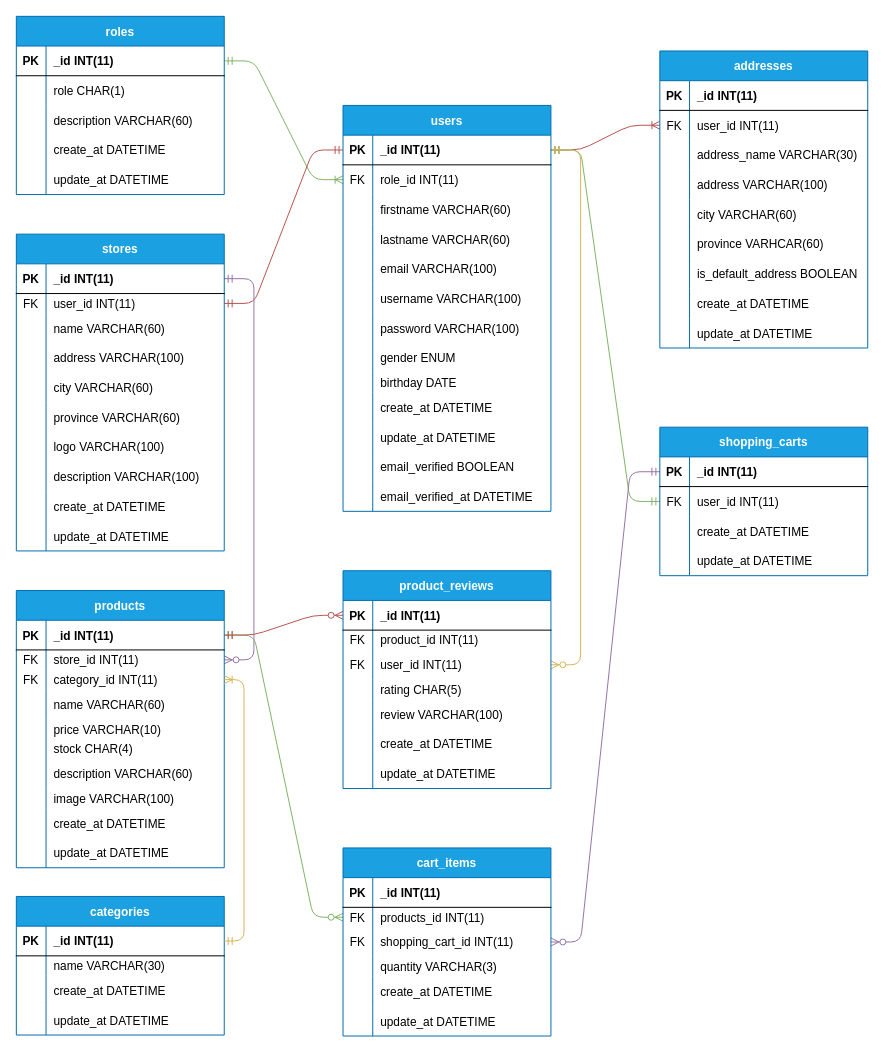
Earlier version of the draw.io diagram Untitled Diagram.drawio (aldhyx/db-design-jejaklangkah). Source tidied: cells renumbered, new cells numbered last; positions are measured from the earlier drawing's top-left corner, leaving out a move shared by most shapes. Both pictures are drawn from the tidied source at 99%, with x=0, y=0 at pixel (16, 16).
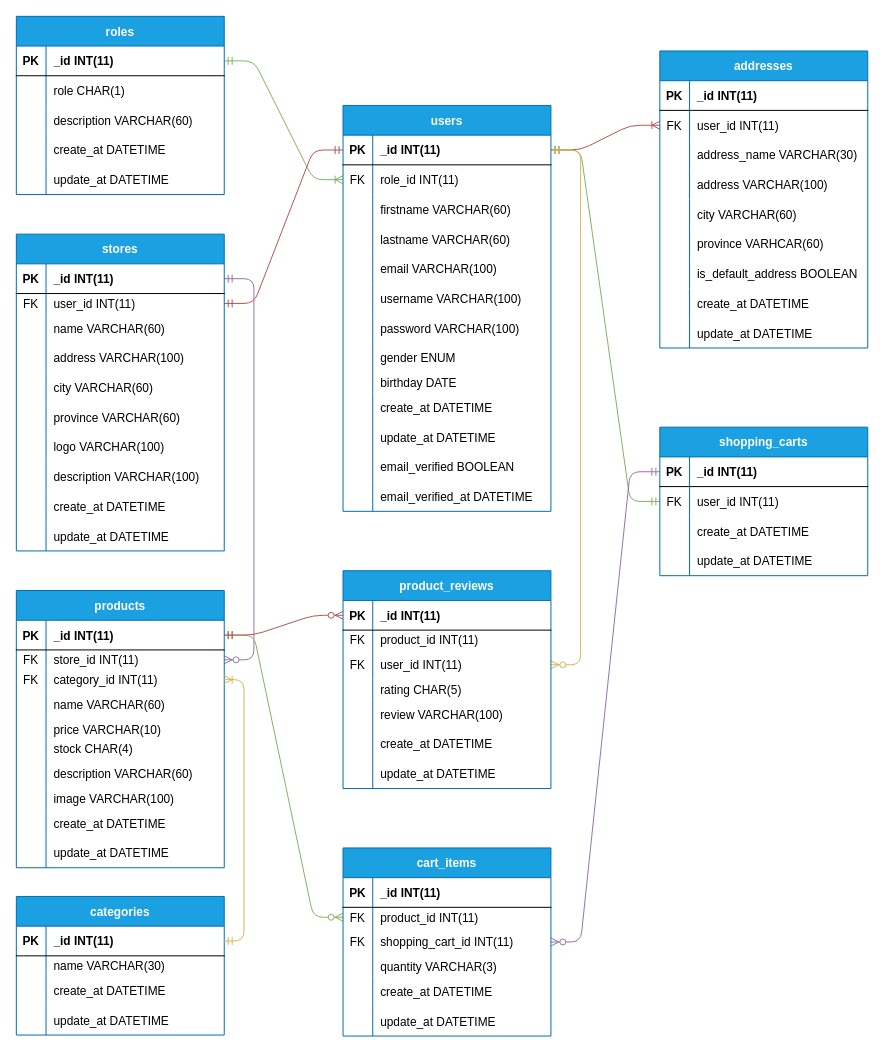
The same page after the edit.

Commit message:
update cart items field.drawio

Unchanged cells that the change refers to:
```xml
<mxCell id="143" style="shape=partialRectangle;fillColor=none;top=0;left=0;bottom=0;right=0;points=[[0,0.5],[1,0.5]];portConstraint=eastwest;" parent="139" vertex="1">
  <mxGeometry y="60" width="210" height="20" as="geometry" />
</mxCell>
```

The edit, as a diff of the source:
```diff
@@
-    <mxCell id="145" value="products_id INT(11)" style="shape=partialRectangle;fillColor=none;top=0;left=0;bottom=0;right=0;align=left;spacingLeft=6;overflow=hidden;" parent="143" vertex="1">
+    <mxCell id="145" value="product_id INT(11)" style="shape=partialRectangle;fillColor=none;top=0;left=0;bottom=0;right=0;align=left;spacingLeft=6;overflow=hidden;" parent="143" vertex="1">
       <mxGeometry x="30" width="180" height="20" as="geometry" />
     </mxCell>
```
